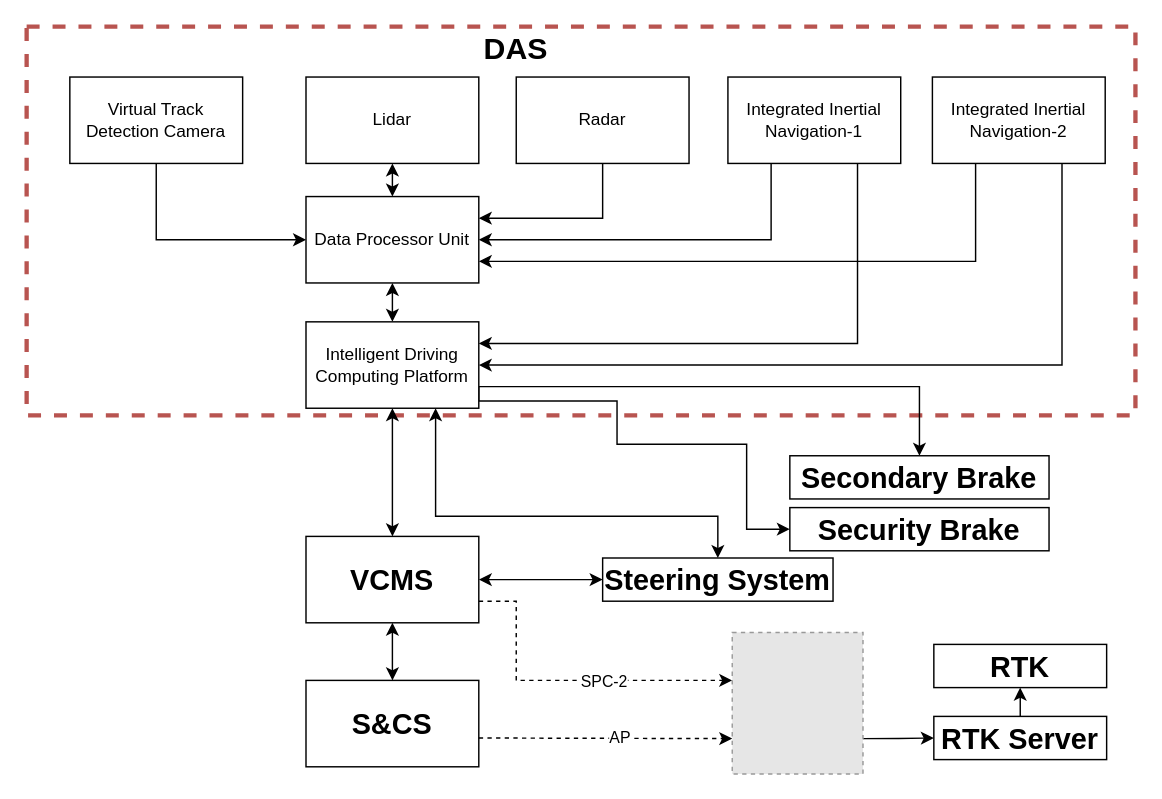
Earlier version of the draw.io diagram Untitled Diagram.drawio (FrankWong-cs/SharingwithColleagues). Source tidied: cells renumbered, new cells numbered last; positions are measured from the earlier drawing's top-left corner, leaving out a move shared by most shapes. Both pictures are drawn from the tidied source at 144%, with x=0, y=0 at pixel (26, 26). Pictures stored in the file or linked from it are replaced by grey dashed boxes.
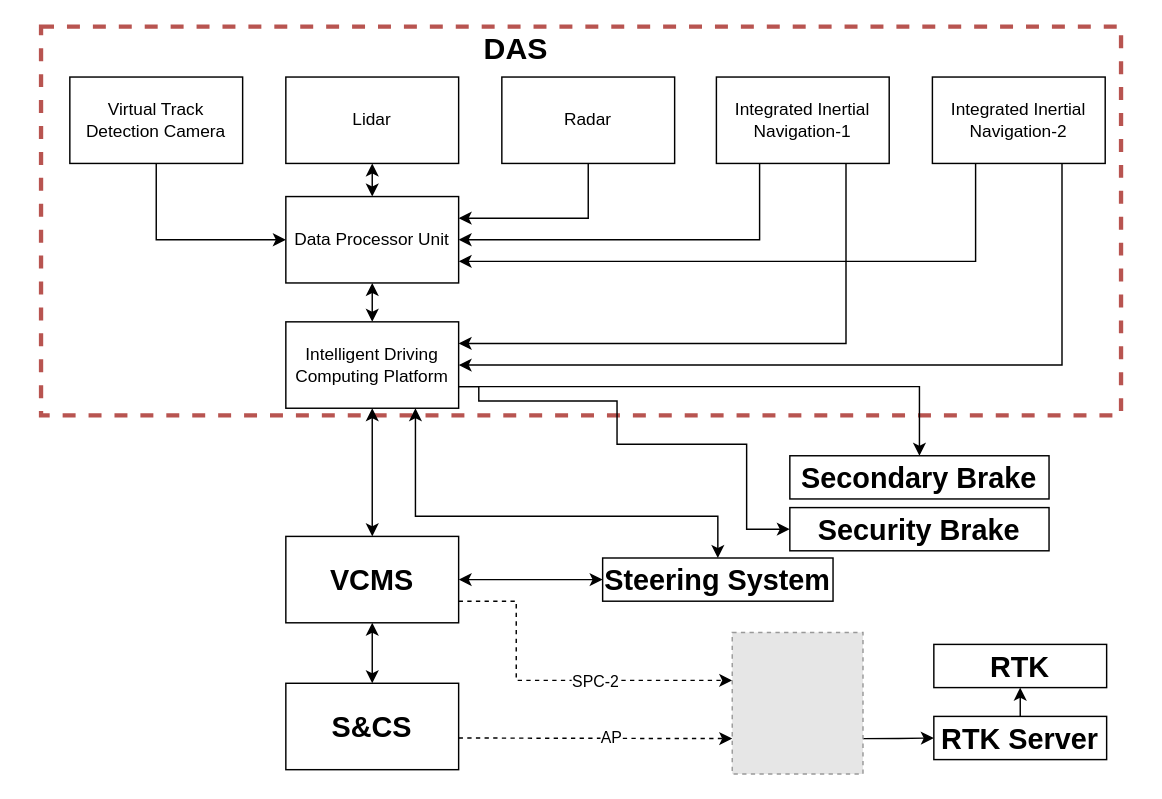
The same page after the edit.

Unchanged cells that the change refers to:
```xml
<mxCell id="27" value="Steering System" style="rounded=0;whiteSpace=wrap;html=1;strokeColor=default;align=center;verticalAlign=middle;fontFamily=Helvetica;fontSize=20;fontColor=default;fontStyle=1;fillColor=default;" parent="1" vertex="1">
  <mxGeometry x="400" y="369" width="160" height="30" as="geometry" />
</mxCell>
<mxCell id="33" style="fillColor=#E6E6E6;strokeColor=#999999;dashed=1;verticalLabelPosition=bottom;labelBackgroundColor=default;verticalAlign=top;" parent="1" vertex="1">
  <mxGeometry x="490" y="420.7" width="90.8" height="98.3" as="geometry" />
</mxCell>
```

What changed in the source:
```diff
@@
     <mxCell id="2" style="rounded=0;whiteSpace=wrap;html=1;fillColor=none;strokeWidth=3;strokeColor=#b85450;dashed=1;" parent="1" vertex="1">
-      <mxGeometry width="770" height="270" as="geometry" />
+      <mxGeometry x="10" width="750" height="270" as="geometry" />
     </mxCell>
@@
-    <mxCell id="4" value="Virtual Track&lt;br&gt;Detection Camera" style="rounded=0;whiteSpace=wrap;html=1;" parent="1" vertex="1">
+    <mxCell id="4" value="Virtual Track&lt;br&gt;Detection Camera" style="rounded=0;whiteSpace=wrap;html=1;flipH=1;" parent="1" vertex="1">
       <mxGeometry x="30" y="35" width="120" height="60" as="geometry" />
     </mxCell>
@@
-    <mxCell id="6" value="Lidar" style="rounded=0;whiteSpace=wrap;html=1;" parent="1" vertex="1">
-      <mxGeometry x="194" y="35" width="120" height="60" as="geometry" />
+    <mxCell id="6" value="Lidar" style="rounded=0;whiteSpace=wrap;html=1;flipH=1;" parent="1" vertex="1">
+      <mxGeometry x="180" y="35" width="120" height="60" as="geometry" />
     </mxCell>
@@
-    <mxCell id="9" value="Integrated Inertial&lt;br&gt;Navigation-1" style="rounded=0;whiteSpace=wrap;html=1;" parent="1" vertex="1">
-      <mxGeometry x="487" y="35" width="120" height="60" as="geometry" />
+    <mxCell id="9" value="Integrated Inertial&lt;br&gt;Navigation-1" style="rounded=0;whiteSpace=wrap;html=1;flipH=1;" parent="1" vertex="1">
+      <mxGeometry x="479" y="35" width="120" height="60" as="geometry" />
     </mxCell>
@@
-    <mxCell id="12" value="Integrated Inertial&lt;br style=&quot;border-color: var(--border-color);&quot;&gt;Navigation-2" style="rounded=0;whiteSpace=wrap;html=1;" parent="1" vertex="1">
+    <mxCell id="12" value="Integrated Inertial&lt;br style=&quot;border-color: var(--border-color);&quot;&gt;Navigation-2" style="rounded=0;whiteSpace=wrap;html=1;flipH=1;" parent="1" vertex="1">
       <mxGeometry x="629" y="35" width="120" height="60" as="geometry" />
     </mxCell>
@@
     <mxCell id="14" value="Data Processor Unit" style="rounded=0;whiteSpace=wrap;html=1;" parent="1" vertex="1">
-      <mxGeometry x="194" y="118" width="120" height="60" as="geometry" />
+      <mxGeometry x="180" y="118" width="120" height="60" as="geometry" />
     </mxCell>
@@
     <mxCell id="16" style="edgeStyle=orthogonalEdgeStyle;rounded=0;jettySize=auto;html=1;exitX=0.75;exitY=1;exitDx=0;exitDy=0;entryX=0.5;entryY=0;entryDx=0;entryDy=0;startArrow=classic;startFill=1;" parent="1" edge="1" source="19" target="27">
       <mxGeometry relative="1" as="geometry">
         <Array as="points">
-          <mxPoint x="284" y="340" />
+          <mxPoint x="270" y="340" />
           <mxPoint x="480" y="340" />
         </Array>
       </mxGeometry>
     </mxCell>
@@
     <mxCell id="19" value="Intelligent Driving&lt;br&gt;Computing Platform" style="rounded=0;whiteSpace=wrap;html=1;" parent="1" vertex="1">
-      <mxGeometry x="194" y="205" width="120" height="60" as="geometry" />
+      <mxGeometry x="180" y="205" width="120" height="60" as="geometry" />
     </mxCell>
@@
     <mxCell id="25" value="VCMS" style="rounded=0;whiteSpace=wrap;html=1;fontSize=20;fontStyle=1;" parent="1" vertex="1">
-      <mxGeometry x="194" y="354" width="120" height="60" as="geometry" />
+      <mxGeometry x="180" y="354" width="120" height="60" as="geometry" />
     </mxCell>
     <mxCell id="26" value="S&amp;amp;CS" style="rounded=0;whiteSpace=wrap;html=1;strokeColor=default;align=center;verticalAlign=middle;fontFamily=Helvetica;fontSize=20;fontColor=default;fontStyle=1;fillColor=default;" parent="1" vertex="1">
-      <mxGeometry x="194" y="454" width="120" height="60" as="geometry" />
+      <mxGeometry x="180" y="456" width="120" height="60" as="geometry" />
     </mxCell>
@@
     <mxCell id="30" style="endArrow=classic;html=1;rounded=0;dashed=1;entryX=0;entryY=0.75;entryDx=0;entryDy=0;" parent="1" edge="1" target="33">
       <mxGeometry relative="1" as="geometry">
-        <mxPoint x="314" y="494" as="sourcePoint" />
+        <mxPoint x="300" y="494" as="sourcePoint" />
       </mxGeometry>
     </mxCell>
@@
-    <mxCell id="38" value="Radar" style="rounded=0;whiteSpace=wrap;html=1;" parent="1" vertex="1">
-      <mxGeometry x="340" y="35" width="120" height="60" as="geometry" />
+    <mxCell id="38" value="Radar" style="rounded=0;whiteSpace=wrap;html=1;flipH=1;" parent="1" vertex="1">
+      <mxGeometry x="330" y="35" width="120" height="60" as="geometry" />
     </mxCell>
```
